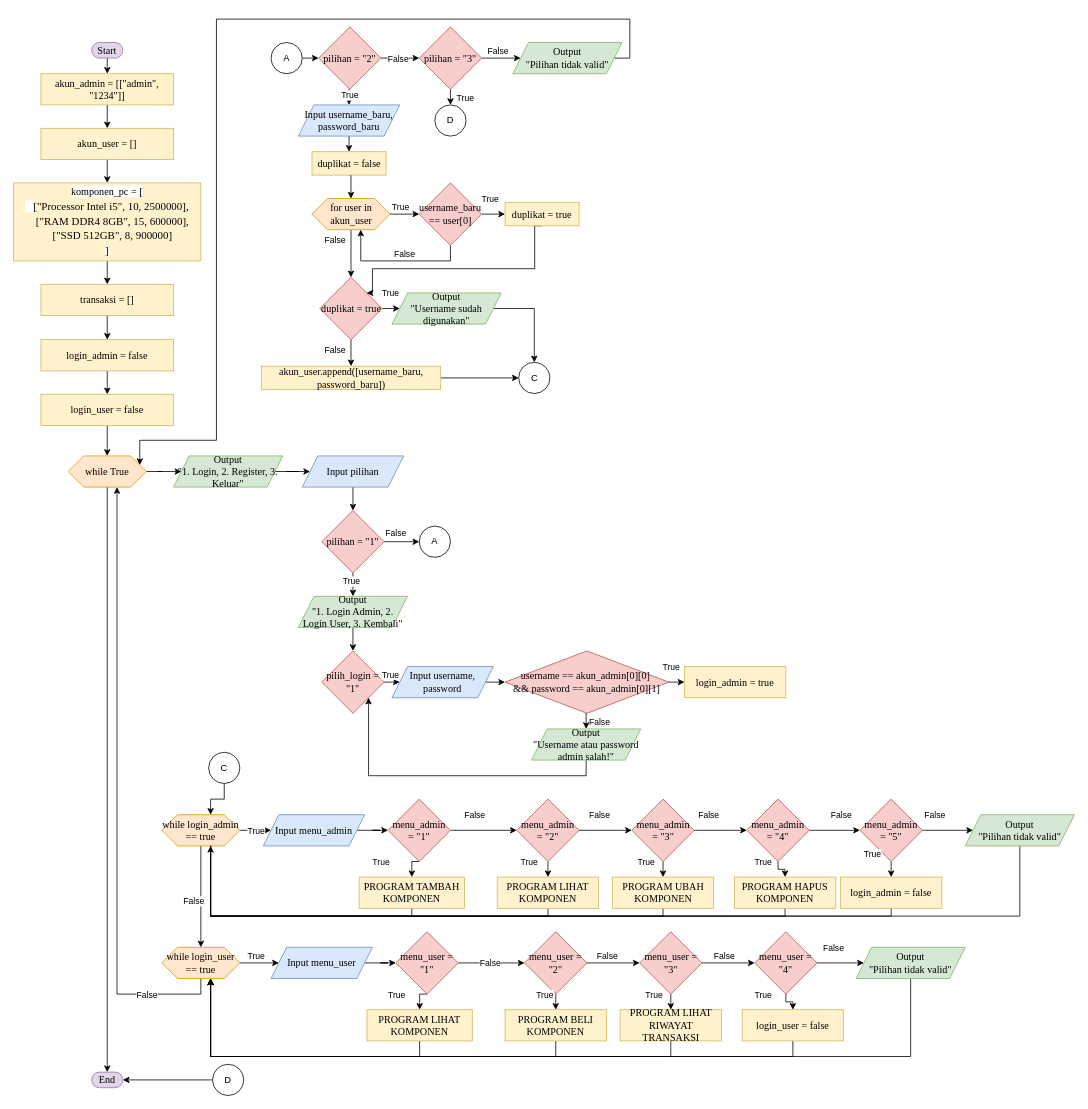
Before: page "Page-1" (1 of 2) of post-test/post-test-apd-5/2509106073_HammamSyamil_PT-5.drawio in Aeloxyll/praktikum-apd, a draw.io diagram. Source tidied: cells renumbered, new cells numbered last; positions are measured from the earlier drawing's top-left corner, leaving out a move shared by most shapes. Both pictures are drawn from the tidied source at 78%, with x=0, y=0 at pixel (13, 19).
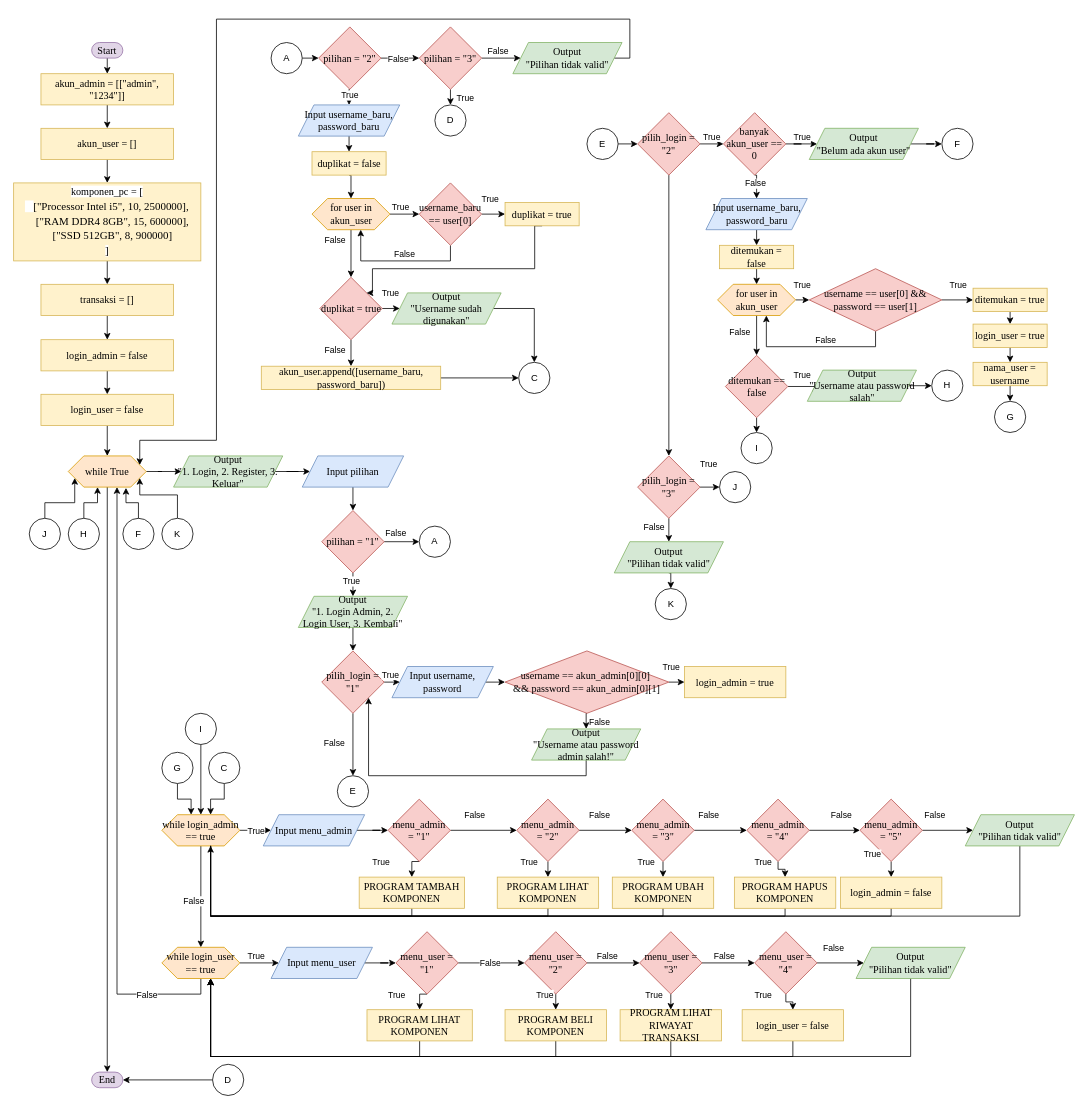
After the change.

The change refers to these unchanged cells:
```xml
<mxCell id="18" value="while True" style="shape=hexagon;perimeter=hexagonPerimeter2;whiteSpace=wrap;html=1;fixedSize=1;fontFamily=Times New Roman;fillColor=#ffe6cc;strokeColor=#d79b00;fontSize=13;" parent="1" vertex="1">
  <mxGeometry x="70" y="560" width="100" height="40" as="geometry" />
</mxCell>
<mxCell id="33" value="pilih_login = &quot;1&quot;" style="rhombus;whiteSpace=wrap;html=1;fontFamily=Times New Roman;fillColor=#f8cecc;strokeColor=#b85450;fontSize=13;" parent="1" vertex="1">
  <mxGeometry x="395" y="810" width="80" height="80" as="geometry" />
</mxCell>
<mxCell id="70" value="while login_admin == true" style="shape=hexagon;perimeter=hexagonPerimeter2;whiteSpace=wrap;html=1;fixedSize=1;fontFamily=Times New Roman;fillColor=#ffe6cc;strokeColor=#d79b00;fontSize=13;" parent="1" vertex="1">
  <mxGeometry x="190" y="1020" width="100" height="40" as="geometry" />
</mxCell>
```

The edit, as a diff of the source:
```diff
@@
+    <mxCell id="171" style="edgeStyle=orthogonalEdgeStyle;rounded=0;jettySize=auto;html=1;exitX=0.5;exitY=1;exitDx=0;exitDy=0;entryX=0.5;entryY=0;entryDx=0;entryDy=0;" parent="1" edge="1" source="33" target="172">
+      <mxGeometry relative="1" as="geometry" />
+    </mxCell>
@@
+    <mxCell id="172" value="E" style="ellipse;whiteSpace=wrap;html=1;" parent="1" vertex="1">
+      <mxGeometry x="415" y="970" width="40" height="40" as="geometry" />
+    </mxCell>
+    <mxCell id="173" value="False" style="edgeLabel;html=1;align=center;verticalAlign=middle;" parent="1" vertex="1">
+      <mxGeometry x="401" y="920" as="geometry">
+        <mxPoint x="9" y="8" as="offset" />
+      </mxGeometry>
+    </mxCell>
+    <mxCell id="174" style="edgeStyle=orthogonalEdgeStyle;rounded=0;jettySize=auto;html=1;exitX=1;exitY=0.5;exitDx=0;exitDy=0;entryX=0;entryY=0.5;entryDx=0;entryDy=0;" parent="1" edge="1" source="175" target="178">
+      <mxGeometry relative="1" as="geometry" />
+    </mxCell>
+    <mxCell id="175" value="E" style="ellipse;whiteSpace=wrap;html=1;" parent="1" vertex="1">
+      <mxGeometry x="735" y="140" width="40" height="40" as="geometry" />
+    </mxCell>
+    <mxCell id="176" style="edgeStyle=orthogonalEdgeStyle;rounded=0;jettySize=auto;html=1;exitX=1;exitY=0.5;exitDx=0;exitDy=0;entryX=0;entryY=0.5;entryDx=0;entryDy=0;" parent="1" edge="1" source="178" target="181">
+      <mxGeometry relative="1" as="geometry" />
+    </mxCell>
+    <mxCell id="177" style="edgeStyle=orthogonalEdgeStyle;rounded=0;jettySize=auto;html=1;exitX=0.5;exitY=1;exitDx=0;exitDy=0;entryX=0.5;entryY=0;entryDx=0;entryDy=0;" parent="1" edge="1" source="178" target="188">
+      <mxGeometry relative="1" as="geometry" />
+    </mxCell>
+    <mxCell id="178" value="pilih_login = &quot;2&quot;" style="rhombus;whiteSpace=wrap;html=1;fontFamily=Times New Roman;fillColor=#f8cecc;strokeColor=#b85450;fontSize=13;" parent="1" vertex="1">
+      <mxGeometry x="800" y="120" width="80" height="80" as="geometry" />
+    </mxCell>
+    <mxCell id="179" style="edgeStyle=orthogonalEdgeStyle;rounded=0;jettySize=auto;html=1;exitX=1;exitY=0.5;exitDx=0;exitDy=0;entryX=0;entryY=0.5;entryDx=0;entryDy=0;" parent="1" edge="1" source="181" target="185">
+      <mxGeometry relative="1" as="geometry" />
+    </mxCell>
+    <mxCell id="180" style="edgeStyle=orthogonalEdgeStyle;rounded=0;jettySize=auto;html=1;exitX=0.5;exitY=1;exitDx=0;exitDy=0;entryX=0.5;entryY=0;entryDx=0;entryDy=0;" parent="1" edge="1" source="181" target="193">
+      <mxGeometry relative="1" as="geometry" />
+    </mxCell>
+    <mxCell id="181" value="banyak akun_user == 0" style="rhombus;whiteSpace=wrap;html=1;fontFamily=Times New Roman;fillColor=#f8cecc;strokeColor=#b85450;fontSize=13;" parent="1" vertex="1">
+      <mxGeometry x="910" y="120" width="80" height="80" as="geometry" />
+    </mxCell>
+    <mxCell id="182" value="True" style="edgeLabel;html=1;align=center;verticalAlign=middle;" parent="1" vertex="1">
+      <mxGeometry x="894" y="150" as="geometry" />
+    </mxCell>
+    <mxCell id="183" value="True" style="edgeLabel;html=1;align=center;verticalAlign=middle;" parent="1" vertex="1">
+      <mxGeometry x="1010" y="150" as="geometry" />
+    </mxCell>
+    <mxCell id="184" style="edgeStyle=orthogonalEdgeStyle;rounded=0;jettySize=auto;html=1;exitX=1;exitY=0.5;exitDx=0;exitDy=0;entryX=0;entryY=0.5;entryDx=0;entryDy=0;" parent="1" edge="1" source="185" target="189">
+      <mxGeometry relative="1" as="geometry" />
+    </mxCell>
+    <mxCell id="185" value="Output&lt;div&gt;&quot;Belum ada akun user&quot;&lt;/div&gt;" style="shape=parallelogram;perimeter=parallelogramPerimeter;whiteSpace=wrap;html=1;fixedSize=1;fontFamily=Times New Roman;fillColor=#d5e8d4;strokeColor=#82b366;fontSize=13;" parent="1" vertex="1">
+      <mxGeometry x="1020" y="140" width="140" height="40" as="geometry" />
+    </mxCell>
+    <mxCell id="186" style="edgeStyle=orthogonalEdgeStyle;rounded=0;jettySize=auto;html=1;exitX=1;exitY=0.5;exitDx=0;exitDy=0;entryX=0;entryY=0.5;entryDx=0;entryDy=0;" parent="1" edge="1" source="188" target="228">
+      <mxGeometry relative="1" as="geometry" />
+    </mxCell>
+    <mxCell id="187" style="edgeStyle=orthogonalEdgeStyle;rounded=0;jettySize=auto;html=1;exitX=0.5;exitY=1;exitDx=0;exitDy=0;entryX=0.5;entryY=0;entryDx=0;entryDy=0;" parent="1" edge="1" source="188" target="234">
+      <mxGeometry relative="1" as="geometry" />
+    </mxCell>
+    <mxCell id="188" value="pilih_login = &quot;3&quot;" style="rhombus;whiteSpace=wrap;html=1;fontFamily=Times New Roman;fillColor=#f8cecc;strokeColor=#b85450;fontSize=13;" parent="1" vertex="1">
+      <mxGeometry x="800" y="560" width="80" height="80" as="geometry" />
+    </mxCell>
+    <mxCell id="189" value="F" style="ellipse;whiteSpace=wrap;html=1;" parent="1" vertex="1">
+      <mxGeometry x="1190" y="140" width="40" height="40" as="geometry" />
+    </mxCell>
+    <mxCell id="190" value="F" style="ellipse;whiteSpace=wrap;html=1;" parent="1" vertex="1">
+      <mxGeometry x="140" y="640" width="40" height="40" as="geometry" />
+    </mxCell>
+    <mxCell id="191" style="edgeStyle=orthogonalEdgeStyle;rounded=0;jettySize=auto;html=1;exitX=0.5;exitY=0;exitDx=0;exitDy=0;entryX=0.74;entryY=1.025;entryDx=0;entryDy=0;entryPerimeter=0;" parent="1" edge="1" source="190" target="18">
+      <mxGeometry relative="1" as="geometry" />
+    </mxCell>
+    <mxCell id="192" style="edgeStyle=orthogonalEdgeStyle;rounded=0;jettySize=auto;html=1;exitX=0.5;exitY=1;exitDx=0;exitDy=0;entryX=0.5;entryY=0;entryDx=0;entryDy=0;" parent="1" edge="1" source="193" target="196">
+      <mxGeometry relative="1" as="geometry" />
+    </mxCell>
+    <mxCell id="193" value="Input username_baru, password_baru" style="shape=parallelogram;perimeter=parallelogramPerimeter;whiteSpace=wrap;html=1;fixedSize=1;fontFamily=Times New Roman;fillColor=#dae8fc;strokeColor=#6c8ebf;fontSize=13;" parent="1" vertex="1">
+      <mxGeometry x="887.5" y="230" width="130" height="40" as="geometry" />
+    </mxCell>
+    <mxCell id="194" value="False" style="edgeLabel;html=1;align=center;verticalAlign=middle;" parent="1" vertex="1">
+      <mxGeometry x="950" y="210" as="geometry" />
+    </mxCell>
+    <mxCell id="195" style="edgeStyle=orthogonalEdgeStyle;rounded=0;jettySize=auto;html=1;exitX=0.5;exitY=1;exitDx=0;exitDy=0;entryX=0.5;entryY=0;entryDx=0;entryDy=0;" parent="1" edge="1" source="196" target="199">
+      <mxGeometry relative="1" as="geometry" />
+    </mxCell>
+    <mxCell id="196" value="ditemukan = false" style="rounded=0;whiteSpace=wrap;html=1;fontFamily=Times New Roman;fillColor=#fff2cc;strokeColor=#d6b656;fontSize=13;" parent="1" vertex="1">
+      <mxGeometry x="905" y="290" width="95" height="30" as="geometry" />
+    </mxCell>
+    <mxCell id="197" style="edgeStyle=orthogonalEdgeStyle;rounded=0;jettySize=auto;html=1;exitX=1;exitY=0.5;exitDx=0;exitDy=0;entryX=0;entryY=0.5;entryDx=0;entryDy=0;" parent="1" edge="1" source="199" target="202">
+      <mxGeometry relative="1" as="geometry" />
+    </mxCell>
+    <mxCell id="198" style="edgeStyle=orthogonalEdgeStyle;rounded=0;jettySize=auto;html=1;exitX=0.5;exitY=1;exitDx=0;exitDy=0;entryX=0.5;entryY=0;entryDx=0;entryDy=0;" parent="1" edge="1" source="199" target="216">
+      <mxGeometry relative="1" as="geometry" />
+    </mxCell>
+    <mxCell id="199" value="for user in akun_user" style="shape=hexagon;perimeter=hexagonPerimeter2;whiteSpace=wrap;html=1;fixedSize=1;fontFamily=Times New Roman;fillColor=#ffe6cc;strokeColor=#d79b00;fontSize=13;" parent="1" vertex="1">
+      <mxGeometry x="902.5" y="340" width="100" height="40" as="geometry" />
+    </mxCell>
+    <mxCell id="200" style="edgeStyle=orthogonalEdgeStyle;rounded=0;jettySize=auto;html=1;exitX=1;exitY=0.5;exitDx=0;exitDy=0;entryX=0;entryY=0.5;entryDx=0;entryDy=0;" parent="1" edge="1" source="202" target="204">
+      <mxGeometry relative="1" as="geometry" />
+    </mxCell>
+    <mxCell id="201" style="edgeStyle=orthogonalEdgeStyle;rounded=0;jettySize=auto;html=1;exitX=0.5;exitY=1;exitDx=0;exitDy=0;entryX=0.625;entryY=1;entryDx=0;entryDy=0;" parent="1" edge="1" source="202" target="199">
+      <mxGeometry relative="1" as="geometry" />
+    </mxCell>
+    <mxCell id="202" value="username == user[0] &amp;amp;&amp;amp; password == user[1]" style="rhombus;whiteSpace=wrap;html=1;fontFamily=Times New Roman;fillColor=#f8cecc;strokeColor=#b85450;fontSize=13;" parent="1" vertex="1">
+      <mxGeometry x="1020" y="320" width="170" height="80" as="geometry" />
+    </mxCell>
+    <mxCell id="203" style="edgeStyle=orthogonalEdgeStyle;rounded=0;jettySize=auto;html=1;exitX=0.5;exitY=1;exitDx=0;exitDy=0;entryX=0.5;entryY=0;entryDx=0;entryDy=0;" parent="1" edge="1" source="204" target="208">
+      <mxGeometry relative="1" as="geometry" />
+    </mxCell>
+    <mxCell id="204" value="ditemukan = true" style="rounded=0;whiteSpace=wrap;html=1;fontFamily=Times New Roman;fillColor=#fff2cc;strokeColor=#d6b656;fontSize=13;" parent="1" vertex="1">
+      <mxGeometry x="1230" y="345" width="95" height="30" as="geometry" />
+    </mxCell>
+    <mxCell id="205" style="edgeStyle=orthogonalEdgeStyle;rounded=0;jettySize=auto;html=1;exitX=0.5;exitY=1;exitDx=0;exitDy=0;entryX=0.5;entryY=0;entryDx=0;entryDy=0;" parent="1" edge="1" source="206" target="209">
+      <mxGeometry relative="1" as="geometry" />
+    </mxCell>
+    <mxCell id="206" value="nama_user = username" style="rounded=0;whiteSpace=wrap;html=1;fontFamily=Times New Roman;fillColor=#fff2cc;strokeColor=#d6b656;fontSize=13;" parent="1" vertex="1">
+      <mxGeometry x="1230" y="440" width="95" height="30" as="geometry" />
+    </mxCell>
+    <mxCell id="207" style="edgeStyle=orthogonalEdgeStyle;rounded=0;jettySize=auto;html=1;exitX=0.5;exitY=1;exitDx=0;exitDy=0;entryX=0.5;entryY=0;entryDx=0;entryDy=0;" parent="1" edge="1" source="208" target="206">
+      <mxGeometry relative="1" as="geometry" />
+    </mxCell>
+    <mxCell id="208" value="login_user = true" style="rounded=0;whiteSpace=wrap;html=1;fontFamily=Times New Roman;fillColor=#fff2cc;strokeColor=#d6b656;fontSize=13;" parent="1" vertex="1">
+      <mxGeometry x="1230" y="391" width="95" height="30" as="geometry" />
+    </mxCell>
+    <mxCell id="209" value="G" style="ellipse;whiteSpace=wrap;html=1;" parent="1" vertex="1">
+      <mxGeometry x="1257.5" y="490" width="40" height="40" as="geometry" />
+    </mxCell>
+    <mxCell id="210" value="False" style="edgeLabel;html=1;align=center;verticalAlign=middle;" parent="1" vertex="1">
+      <mxGeometry x="1040" y="411" as="geometry" />
+    </mxCell>
+    <mxCell id="211" value="False" style="edgeLabel;html=1;align=center;verticalAlign=middle;" parent="1" vertex="1">
+      <mxGeometry x="930" y="400" as="geometry" />
+    </mxCell>
+    <mxCell id="212" value="True" style="edgeLabel;html=1;align=center;verticalAlign=middle;" parent="1" vertex="1">
+      <mxGeometry x="1010" y="340" as="geometry" />
+    </mxCell>
+    <mxCell id="213" value="True" style="edgeLabel;html=1;align=center;verticalAlign=middle;" parent="1" vertex="1">
+      <mxGeometry x="1210" y="340" as="geometry" />
+    </mxCell>
+    <mxCell id="214" style="edgeStyle=orthogonalEdgeStyle;rounded=0;jettySize=auto;html=1;exitX=1;exitY=0.5;exitDx=0;exitDy=0;entryX=0;entryY=0.5;entryDx=0;entryDy=0;" parent="1" edge="1" source="216" target="219">
+      <mxGeometry relative="1" as="geometry" />
+    </mxCell>
+    <mxCell id="215" style="edgeStyle=orthogonalEdgeStyle;rounded=0;jettySize=auto;html=1;exitX=0.5;exitY=1;exitDx=0;exitDy=0;entryX=0.5;entryY=0;entryDx=0;entryDy=0;" parent="1" edge="1" source="216" target="225">
+      <mxGeometry relative="1" as="geometry" />
+    </mxCell>
+    <mxCell id="216" value="ditemukan == false" style="rhombus;whiteSpace=wrap;html=1;fontFamily=Times New Roman;fillColor=#f8cecc;strokeColor=#b85450;fontSize=13;" parent="1" vertex="1">
+      <mxGeometry x="912.5" y="431" width="80" height="80" as="geometry" />
+    </mxCell>
+    <mxCell id="217" value="True" style="edgeLabel;html=1;align=center;verticalAlign=middle;" parent="1" vertex="1">
+      <mxGeometry x="1010" y="455" as="geometry" />
+    </mxCell>
+    <mxCell id="218" style="edgeStyle=orthogonalEdgeStyle;rounded=0;jettySize=auto;html=1;exitX=1;exitY=0.5;exitDx=0;exitDy=0;entryX=0;entryY=0.5;entryDx=0;entryDy=0;" parent="1" edge="1" source="219" target="222">
+      <mxGeometry relative="1" as="geometry" />
+    </mxCell>
+    <mxCell id="219" value="Output&lt;div&gt;&quot;Username atau password salah&quot;&lt;/div&gt;" style="shape=parallelogram;perimeter=parallelogramPerimeter;whiteSpace=wrap;html=1;fixedSize=1;fontFamily=Times New Roman;fillColor=#d5e8d4;strokeColor=#82b366;fontSize=13;" parent="1" vertex="1">
+      <mxGeometry x="1017.5" y="450" width="140" height="40" as="geometry" />
+    </mxCell>
+    <mxCell id="220" style="edgeStyle=orthogonalEdgeStyle;rounded=0;jettySize=auto;html=1;exitX=0.5;exitY=1;exitDx=0;exitDy=0;entryX=0.375;entryY=0;entryDx=0;entryDy=0;" parent="1" edge="1" source="221" target="70">
+      <mxGeometry relative="1" as="geometry" />
+    </mxCell>
+    <mxCell id="221" value="G" style="ellipse;whiteSpace=wrap;html=1;" parent="1" vertex="1">
+      <mxGeometry x="190" y="940" width="40" height="40" as="geometry" />
+    </mxCell>
+    <mxCell id="222" value="H" style="ellipse;whiteSpace=wrap;html=1;" parent="1" vertex="1">
+      <mxGeometry x="1177" y="450" width="40" height="40" as="geometry" />
+    </mxCell>
+    <mxCell id="223" style="edgeStyle=orthogonalEdgeStyle;rounded=0;jettySize=auto;html=1;exitX=0.5;exitY=0;exitDx=0;exitDy=0;entryX=0.375;entryY=1;entryDx=0;entryDy=0;" parent="1" edge="1" source="224" target="18">
+      <mxGeometry relative="1" as="geometry" />
+    </mxCell>
+    <mxCell id="224" value="H" style="ellipse;whiteSpace=wrap;html=1;" parent="1" vertex="1">
+      <mxGeometry x="70" y="640" width="40" height="40" as="geometry" />
+    </mxCell>
+    <mxCell id="225" value="I" style="ellipse;whiteSpace=wrap;html=1;" parent="1" vertex="1">
+      <mxGeometry x="932.5" y="530" width="40" height="40" as="geometry" />
+    </mxCell>
+    <mxCell id="226" style="edgeStyle=orthogonalEdgeStyle;rounded=0;jettySize=auto;html=1;exitX=0.5;exitY=1;exitDx=0;exitDy=0;entryX=0.5;entryY=0;entryDx=0;entryDy=0;" parent="1" edge="1" source="227" target="70">
+      <mxGeometry relative="1" as="geometry" />
+    </mxCell>
+    <mxCell id="227" value="I" style="ellipse;whiteSpace=wrap;html=1;" parent="1" vertex="1">
+      <mxGeometry x="220" y="890" width="40" height="40" as="geometry" />
+    </mxCell>
+    <mxCell id="228" value="J" style="ellipse;whiteSpace=wrap;html=1;" parent="1" vertex="1">
+      <mxGeometry x="905" y="580" width="40" height="40" as="geometry" />
+    </mxCell>
+    <mxCell id="229" style="edgeStyle=orthogonalEdgeStyle;rounded=0;jettySize=auto;html=1;exitX=0.5;exitY=0;exitDx=0;exitDy=0;entryX=0;entryY=0.75;entryDx=0;entryDy=0;" parent="1" edge="1" source="230" target="18">
+      <mxGeometry relative="1" as="geometry" />
+    </mxCell>
+    <mxCell id="230" value="J" style="ellipse;whiteSpace=wrap;html=1;" parent="1" vertex="1">
+      <mxGeometry x="20" y="640" width="40" height="40" as="geometry" />
+    </mxCell>
+    <mxCell id="231" value="True" style="edgeLabel;html=1;align=center;verticalAlign=middle;" parent="1" vertex="1">
+      <mxGeometry x="890" y="570" as="geometry" />
+    </mxCell>
+    <mxCell id="232" value="False" style="edgeLabel;html=1;align=center;verticalAlign=middle;" parent="1" vertex="1">
+      <mxGeometry x="820" y="650" as="geometry" />
+    </mxCell>
+    <mxCell id="233" style="edgeStyle=orthogonalEdgeStyle;rounded=0;jettySize=auto;html=1;exitX=0.5;exitY=1;exitDx=0;exitDy=0;entryX=0.5;entryY=0;entryDx=0;entryDy=0;" parent="1" edge="1" source="234" target="235">
+      <mxGeometry relative="1" as="geometry" />
+    </mxCell>
+    <mxCell id="234" value="Output&lt;div&gt;&quot;Pilihan tidak valid&quot;&lt;/div&gt;" style="shape=parallelogram;perimeter=parallelogramPerimeter;whiteSpace=wrap;html=1;fixedSize=1;fontFamily=Times New Roman;fillColor=#d5e8d4;strokeColor=#82b366;fontSize=13;" parent="1" vertex="1">
+      <mxGeometry x="770" y="670" width="140" height="40" as="geometry" />
+    </mxCell>
+    <mxCell id="235" value="K" style="ellipse;whiteSpace=wrap;html=1;" parent="1" vertex="1">
+      <mxGeometry x="822.5" y="730" width="40" height="40" as="geometry" />
+    </mxCell>
+    <mxCell id="236" style="edgeStyle=orthogonalEdgeStyle;rounded=0;jettySize=auto;html=1;exitX=0.5;exitY=0;exitDx=0;exitDy=0;entryX=1;entryY=0.75;entryDx=0;entryDy=0;" parent="1" edge="1" source="237" target="18">
+      <mxGeometry relative="1" as="geometry">
+        <Array as="points">
+          <mxPoint x="210" y="610" />
+          <mxPoint x="162" y="610" />
+        </Array>
+      </mxGeometry>
+    </mxCell>
+    <mxCell id="237" value="K" style="ellipse;whiteSpace=wrap;html=1;" parent="1" vertex="1">
+      <mxGeometry x="190" y="640" width="40" height="40" as="geometry" />
+    </mxCell>
```
